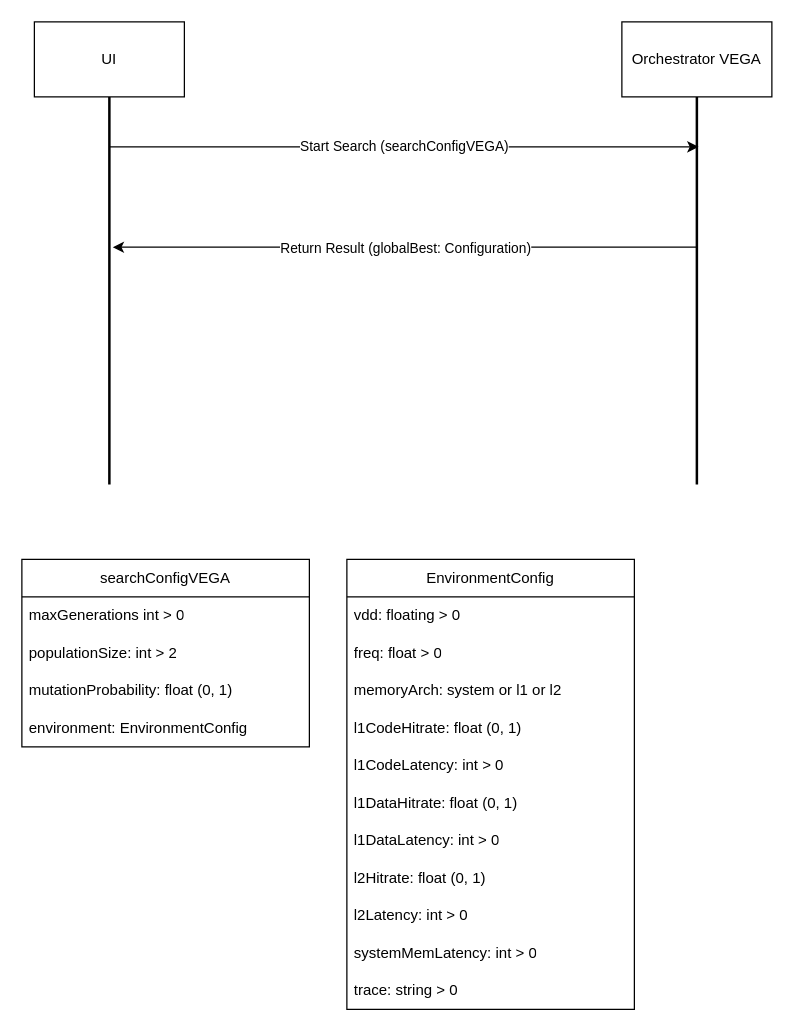
Earlier version of the draw.io diagram page "VEGA" (2 of 2) of scheme/UI-Orchestrator.drawio (R-a-d-u/PSATSimSimulation). Source tidied: cells renumbered, new cells numbered last; positions are measured from the earlier drawing's top-left corner, leaving out a move shared by most shapes. Both pictures are drawn from the tidied source at 125%, with x=0, y=0 at pixel (21, 21).
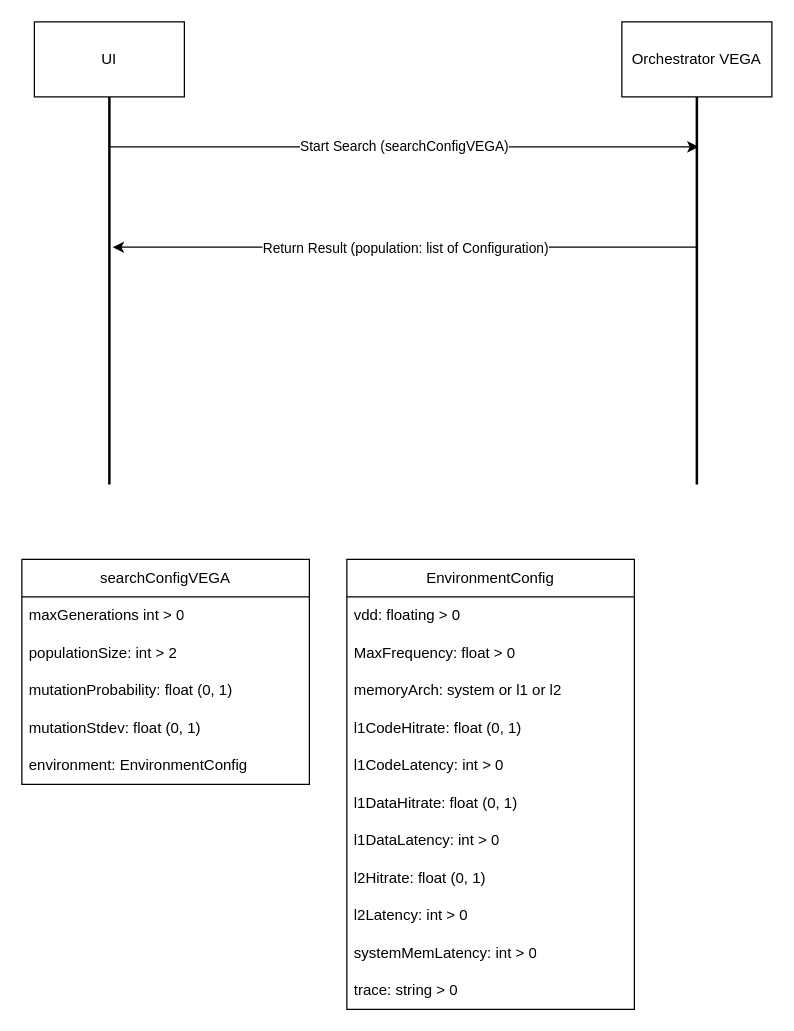
Above is the later version.

The change refers to these unchanged cells:
```xml
<mxCell id="8" style="endArrow=classic;html=1;rounded=0;entryX=0.388;entryY=0.229;entryDx=0;entryDy=0;entryPerimeter=0;exitX=0.388;exitY=0.5;exitDx=0;exitDy=0;exitPerimeter=0;" parent="1" edge="1" source="5" target="3">
  <mxGeometry relative="1" as="geometry" />
</mxCell>
<mxCell id="15" value="EnvironmentConfig" style="swimlane;fontStyle=0;horizontal=1;startSize=30;whiteSpace=wrap;html=1;" parent="1" vertex="1">
  <mxGeometry x="260" y="430" width="230" height="360" as="geometry" />
</mxCell>
```

Change to the diagram source:
```diff
@@
-    <mxCell id="9" value="Return Result (globalBest: Configuration)" style="edgeLabel;html=1;align=center;verticalAlign=middle;" parent="8" vertex="1">
+    <mxCell id="9" value="Return Result (population: list of Configuration)" style="edgeLabel;html=1;align=center;verticalAlign=middle;" parent="8" vertex="1">
       <mxGeometry relative="1" as="geometry" />
     </mxCell>
     <mxCell id="10" value="searchConfigVEGA" style="swimlane;fontStyle=0;horizontal=1;startSize=30;whiteSpace=wrap;html=1;" parent="1" vertex="1">
-      <mxGeometry y="430" width="230" height="150" as="geometry" />
+      <mxGeometry y="430" width="230" height="180" as="geometry" />
     </mxCell>
@@
+    <mxCell id="27" value="mutationStdev: float (0, 1)" style="text;strokeColor=none;fillColor=none;align=left;verticalAlign=middle;spacingLeft=4;spacingRight=4;overflow=hidden;whiteSpace=wrap;html=1;" parent="10" vertex="1">
+      <mxGeometry y="120" width="230" height="30" as="geometry" />
+    </mxCell>
     <mxCell id="14" value="environment: EnvironmentConfig" style="text;strokeColor=none;fillColor=none;align=left;verticalAlign=middle;spacingLeft=4;spacingRight=4;overflow=hidden;whiteSpace=wrap;html=1;" parent="10" vertex="1">
-      <mxGeometry y="120" width="230" height="30" as="geometry" />
+      <mxGeometry y="150" width="230" height="30" as="geometry" />
     </mxCell>
@@
-    <mxCell id="17" value="freq: float &amp;gt; 0" style="text;strokeColor=none;fillColor=none;align=left;verticalAlign=middle;spacingLeft=4;spacingRight=4;overflow=hidden;whiteSpace=wrap;html=1;" parent="15" vertex="1">
+    <mxCell id="17" value="MaxFrequency: float &amp;gt; 0" style="text;strokeColor=none;fillColor=none;align=left;verticalAlign=middle;spacingLeft=4;spacingRight=4;overflow=hidden;whiteSpace=wrap;html=1;" parent="15" vertex="1">
       <mxGeometry y="60" width="230" height="30" as="geometry" />
     </mxCell>
```
